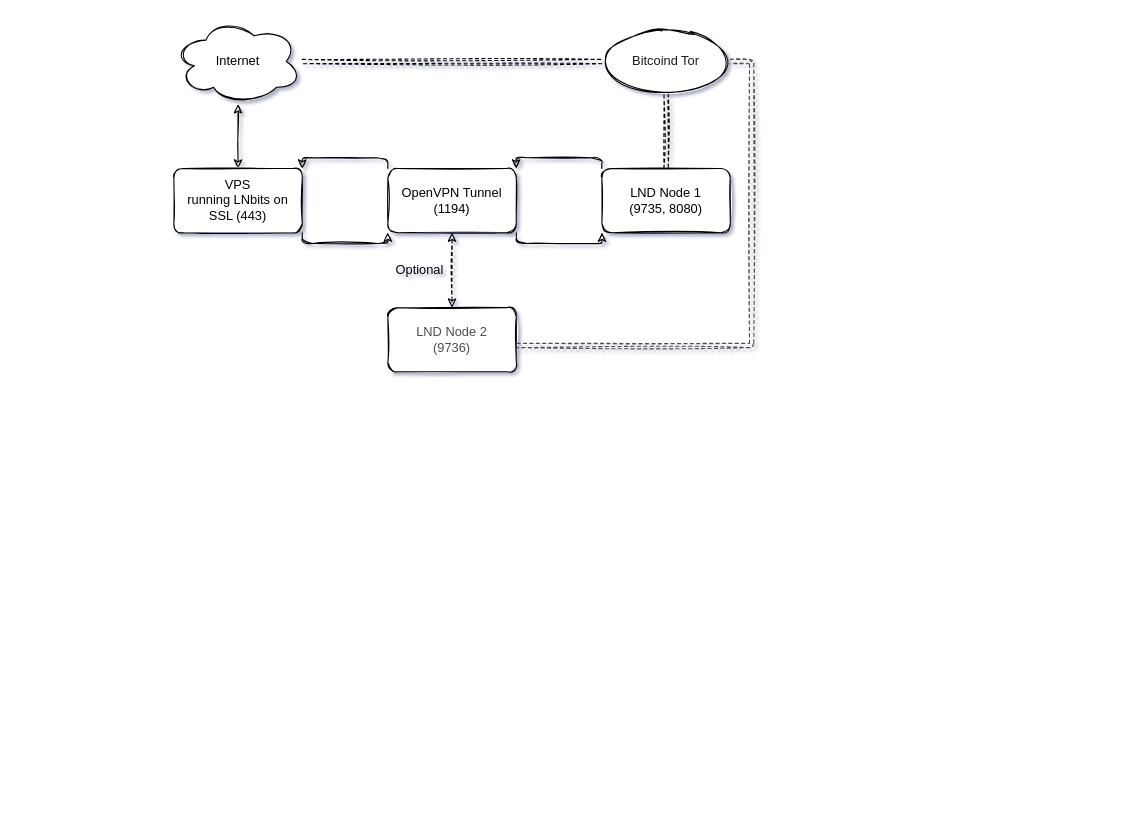
Earlier version of the draw.io diagram VPN_LNBits.drawio (TrezorHannes/vps-lnbits). Source tidied: cells renumbered, new cells numbered last; positions are measured from the earlier drawing's top-left corner, leaving out a move shared by most shapes. Both pictures are drawn from the tidied source at 107%, with x=0, y=0 at pixel (173, 18).
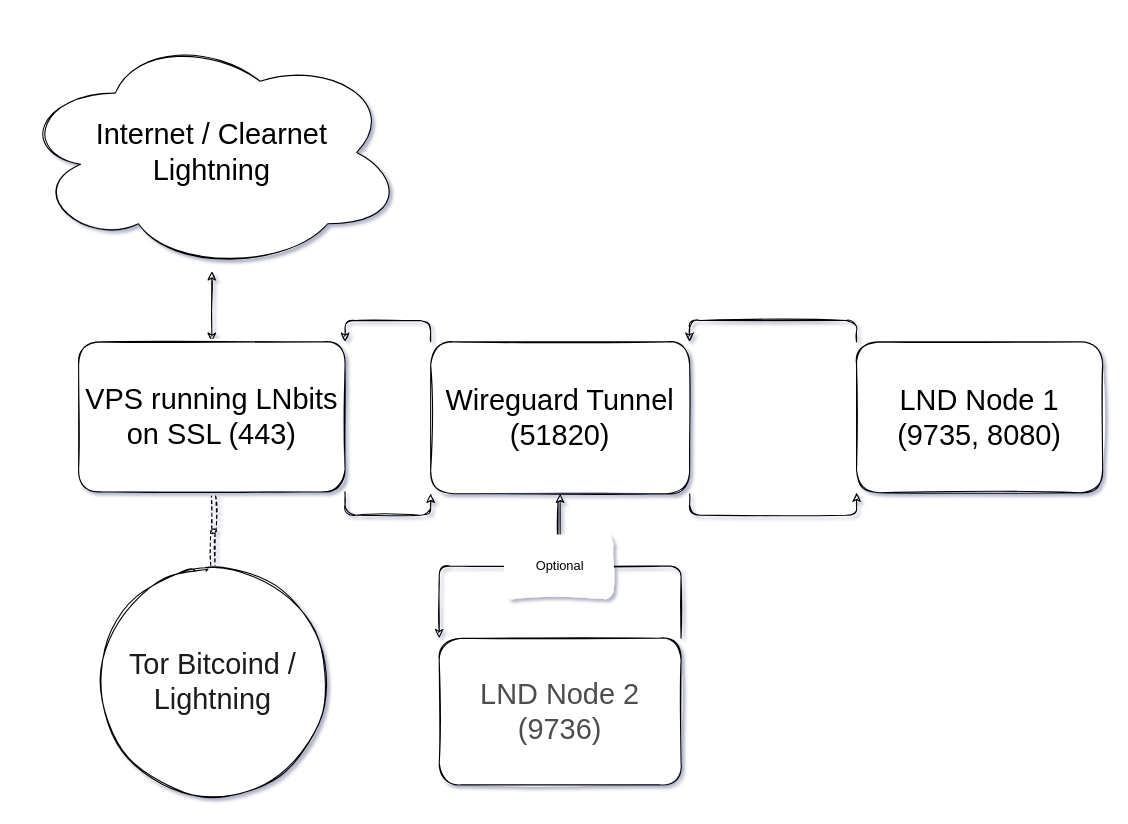
The same diagram, later.

Diff of the diagram source:
```diff
@@
-    <mxCell id="3" value="Internet" style="ellipse;shape=cloud;whiteSpace=wrap;html=1;rounded=1;sketch=1;" parent="1" vertex="1">
-      <mxGeometry width="120" height="80" as="geometry" />
+    <mxCell id="3" value="&lt;font style=&quot;font-size: 27px;&quot;&gt;Internet / Clearnet &lt;br&gt;Lightning&lt;/font&gt;" style="ellipse;shape=cloud;whiteSpace=wrap;html=1;rounded=1;sketch=1;" parent="1" vertex="1">
+      <mxGeometry x="-145" y="14" width="361" height="222" as="geometry" />
     </mxCell>
     <mxCell id="4" style="edgeStyle=orthogonalEdgeStyle;rounded=1;jettySize=auto;html=1;startArrow=none;startFill=0;exitX=1;exitY=1;exitDx=0;exitDy=0;entryX=0;entryY=1;entryDx=0;entryDy=0;sketch=1;" parent="1" edge="1" source="5" target="8">
-      <mxGeometry relative="1" as="geometry">
-        <Array as="points">
-          <mxPoint x="120" y="210" />
-          <mxPoint x="200" y="210" />
-        </Array>
-      </mxGeometry>
+      <mxGeometry relative="1" as="geometry" />
     </mxCell>
-    <mxCell id="5" value="VPS &lt;br&gt;running LNbits on SSL (443)" style="whiteSpace=wrap;html=1;rounded=1;sketch=1;" parent="1" vertex="1">
-      <mxGeometry y="140" width="120" height="60" as="geometry" />
+    <mxCell id="5" value="&lt;font style=&quot;font-size: 27px;&quot;&gt;VPS running LNbits on SSL (443)&lt;/font&gt;" style="whiteSpace=wrap;html=1;rounded=1;sketch=1;" parent="1" vertex="1">
+      <mxGeometry x="-89" y="302" width="249" height="140" as="geometry" />
     </mxCell>
     <mxCell id="6" style="edgeStyle=orthogonalEdgeStyle;rounded=1;jettySize=auto;html=1;startArrow=none;startFill=0;exitX=1;exitY=1;exitDx=0;exitDy=0;entryX=0;entryY=1;entryDx=0;entryDy=0;sketch=1;" parent="1" edge="1" source="8" target="10">
-      <mxGeometry relative="1" as="geometry">
-        <Array as="points">
-          <mxPoint x="320" y="210" />
-          <mxPoint x="400" y="210" />
-        </Array>
-      </mxGeometry>
+      <mxGeometry relative="1" as="geometry" />
     </mxCell>
-    <mxCell id="7" style="edgeStyle=orthogonalEdgeStyle;rounded=1;jettySize=auto;html=1;shadow=0;dashed=1;startArrow=classic;startFill=1;sketch=1;" parent="1" edge="1" source="8" target="11">
-      <mxGeometry relative="1" as="geometry" />
-    </mxCell>
-    <mxCell id="8" value="OpenVPN Tunnel&lt;br&gt;(1194)" style="whiteSpace=wrap;html=1;rounded=1;sketch=1;" parent="1" vertex="1">
-      <mxGeometry x="200" y="140" width="120" height="60" as="geometry" />
+    <mxCell id="8" value="&lt;font style=&quot;font-size: 27px;&quot;&gt;Wireguard Tunnel&lt;br&gt;(51820)&lt;/font&gt;" style="whiteSpace=wrap;html=1;rounded=1;sketch=1;" parent="1" vertex="1">
+      <mxGeometry x="240" y="302" width="242" height="142" as="geometry" />
     </mxCell>
-    <mxCell id="9" style="edgeStyle=orthogonalEdgeStyle;shape=link;rounded=1;jettySize=auto;html=1;shadow=0;dashed=1;startArrow=classic;startFill=1;sketch=1;" parent="1" edge="1" source="10" target="14">
-      <mxGeometry relative="1" as="geometry" />
+    <mxCell id="9" style="edgeStyle=orthogonalEdgeStyle;shape=link;rounded=1;jettySize=auto;html=1;shadow=0;dashed=1;startArrow=classic;startFill=1;sketch=1;entryX=0.5;entryY=0;entryDx=0;entryDy=0;" parent="1" edge="1" target="14">
+      <mxGeometry relative="1" as="geometry">
+        <mxPoint x="37" y="446" as="sourcePoint" />
+      </mxGeometry>
     </mxCell>
-    <mxCell id="10" value="LND Node 1&lt;br&gt;(9735, 8080)" style="whiteSpace=wrap;html=1;rounded=1;sketch=1;" parent="1" vertex="1">
-      <mxGeometry x="400" y="140" width="120" height="60" as="geometry" />
+    <mxCell id="10" value="&lt;font style=&quot;font-size: 27px;&quot;&gt;LND Node 1&lt;br&gt;(9735, 8080)&lt;/font&gt;" style="whiteSpace=wrap;html=1;rounded=1;sketch=1;" parent="1" vertex="1">
+      <mxGeometry x="638" y="302" width="230" height="141" as="geometry" />
     </mxCell>
-    <mxCell id="11" value="&lt;font color=&quot;#4d4d4d&quot;&gt;LND Node 2&lt;br&gt;(9736)&lt;/font&gt;" style="whiteSpace=wrap;html=1;rounded=1;sketch=1;" parent="1" vertex="1">
-      <mxGeometry x="200" y="270" width="120" height="60" as="geometry" />
+    <mxCell id="11" value="&lt;font style=&quot;font-size: 27px;&quot; color=&quot;#4d4d4d&quot;&gt;LND Node 2&lt;br&gt;(9736)&lt;/font&gt;" style="whiteSpace=wrap;html=1;rounded=1;sketch=1;" parent="1" vertex="1">
+      <mxGeometry x="248" y="579" width="226" height="137" as="geometry" />
     </mxCell>
-    <mxCell id="12" value="Optional" style="text;html=1;strokeColor=none;fillColor=none;align=center;verticalAlign=middle;whiteSpace=wrap;rounded=1;sketch=1;" parent="1" vertex="1">
-      <mxGeometry x="200" y="220" width="60" height="30" as="geometry" />
-    </mxCell>
-    <mxCell id="13" style="edgeStyle=orthogonalEdgeStyle;shape=link;rounded=1;jettySize=auto;html=1;shadow=0;dashed=1;startArrow=classic;startFill=1;sketch=1;" parent="1" edge="1" source="14" target="3">
-      <mxGeometry relative="1" as="geometry" />
-    </mxCell>
-    <mxCell id="14" value="&lt;font color=&quot;#1a1a1a&quot;&gt;Bitcoind Tor&lt;/font&gt;" style="ellipse;whiteSpace=wrap;html=1;rounded=1;sketch=1;" parent="1" vertex="1">
-      <mxGeometry x="400" y="10" width="120" height="60" as="geometry" />
+    <mxCell id="14" value="&lt;font style=&quot;font-size: 27px;&quot;&gt;&lt;font style=&quot;font-size: 27px;&quot; color=&quot;#1a1a1a&quot;&gt;Tor&amp;nbsp;&lt;/font&gt;&lt;span style=&quot;color: rgb(26, 26, 26);&quot;&gt;Bitcoind / Lightning&lt;/span&gt;&lt;/font&gt;" style="ellipse;whiteSpace=wrap;html=1;rounded=1;sketch=1;" parent="1" vertex="1">
+      <mxGeometry x="-74" y="511" width="221" height="218" as="geometry" />
     </mxCell>
     <mxCell id="15" style="edgeStyle=orthogonalEdgeStyle;rounded=1;jettySize=auto;html=1;startArrow=none;startFill=0;entryX=1;entryY=0;entryDx=0;entryDy=0;exitX=0;exitY=0;exitDx=0;exitDy=0;sketch=1;" parent="1" edge="1" source="10" target="8">
-      <mxGeometry relative="1" as="geometry">
-        <Array as="points">
-          <mxPoint x="400" y="130" />
-          <mxPoint x="320" y="130" />
-        </Array>
-      </mxGeometry>
+      <mxGeometry relative="1" as="geometry" />
     </mxCell>
     <mxCell id="16" style="edgeStyle=orthogonalEdgeStyle;rounded=1;jettySize=auto;html=1;startArrow=none;startFill=0;exitX=0;exitY=0;exitDx=0;exitDy=0;entryX=1;entryY=0;entryDx=0;entryDy=0;sketch=1;" parent="1" edge="1" source="8" target="5">
-      <mxGeometry relative="1" as="geometry">
-        <Array as="points">
-          <mxPoint x="200" y="130" />
-          <mxPoint x="120" y="130" />
-        </Array>
-      </mxGeometry>
+      <mxGeometry relative="1" as="geometry" />
     </mxCell>
-    <mxCell id="17" style="edgeStyle=orthogonalEdgeStyle;shape=link;rounded=1;jettySize=auto;html=1;shadow=0;dashed=1;startArrow=classic;startFill=1;exitX=1.006;exitY=0.59;exitDx=0;exitDy=0;exitPerimeter=0;entryX=1;entryY=0.5;entryDx=0;entryDy=0;strokeColor=#4D4D4D;sketch=1;" parent="1" edge="1" source="11" target="14">
-      <mxGeometry relative="1" as="geometry" />
-    </mxCell>
+    <mxCell id="18" style="edgeStyle=orthogonalEdgeStyle;rounded=1;jettySize=auto;html=1;startArrow=none;startFill=0;exitX=1;exitY=0;exitDx=0;exitDy=0;sketch=1;" parent="1" edge="1" source="11" target="8">
+      <mxGeometry relative="1" as="geometry" />
+    </mxCell>
+    <mxCell id="7" style="edgeStyle=orthogonalEdgeStyle;rounded=1;jettySize=auto;html=1;startArrow=none;startFill=0;entryX=0;entryY=0;entryDx=0;entryDy=0;sketch=1;exitX=0.492;exitY=1.05;exitDx=0;exitDy=0;exitPerimeter=0;" parent="1" edge="1" source="8" target="11">
+      <mxGeometry relative="1" as="geometry" />
+    </mxCell>
+    <mxCell id="12" value="Optional" style="text;html=1;align=center;verticalAlign=middle;whiteSpace=wrap;rounded=1;sketch=1;fillColor=default;" parent="1" vertex="1">
+      <mxGeometry x="311" y="482" width="100" height="60" as="geometry" />
+    </mxCell>
```
